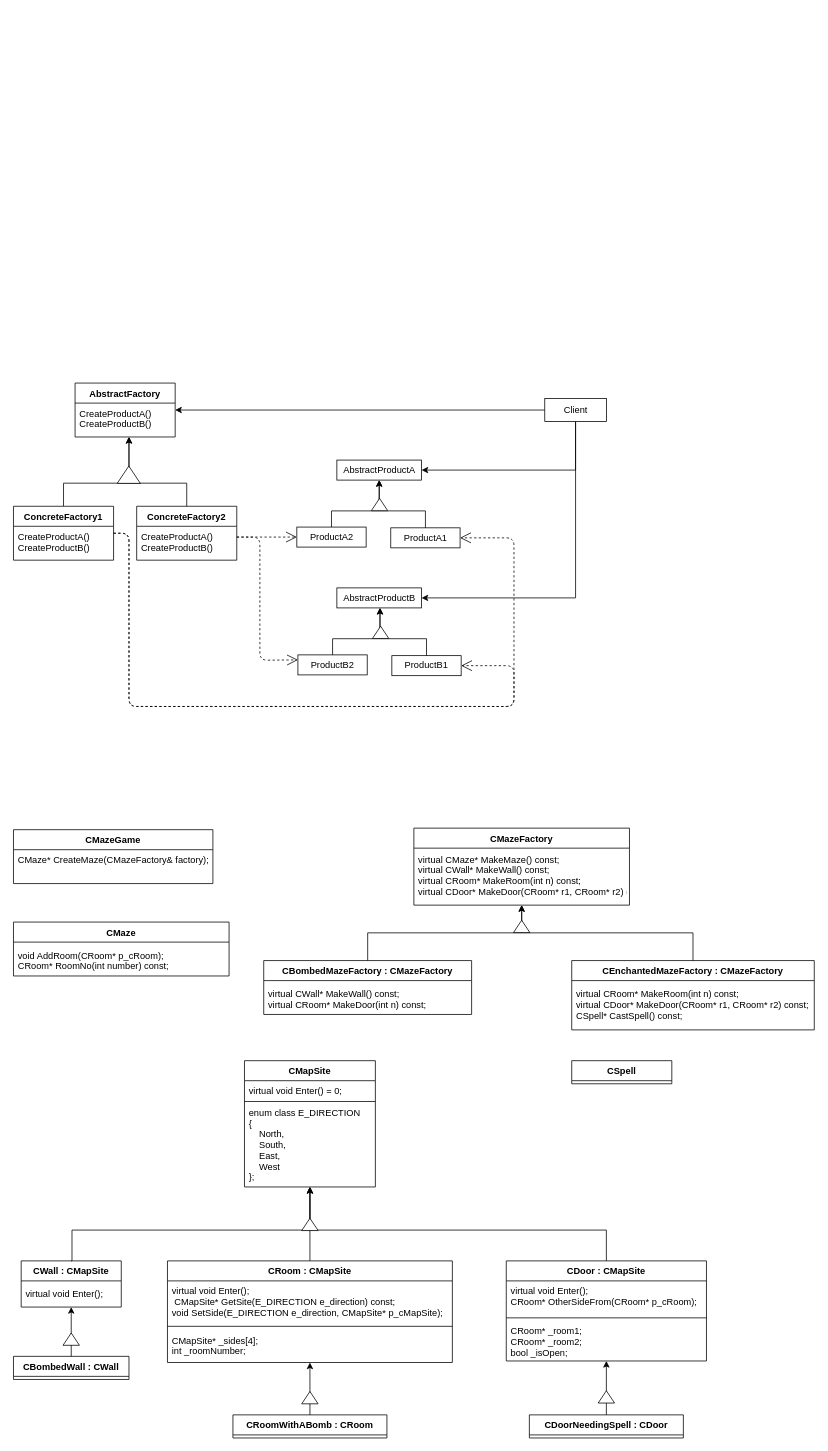
Before: design_pattern/Abstract_Factory/Abstract_Factory.drawio in JooHyeon-Roh/Cpp, a draw.io diagram. Source tidied: cells renumbered, new cells numbered last; positions are measured from the earlier drawing's top-left corner, leaving out a move shared by most shapes. Both pictures are drawn from the tidied source at 77%, with x=0, y=0 at pixel (13, 383).
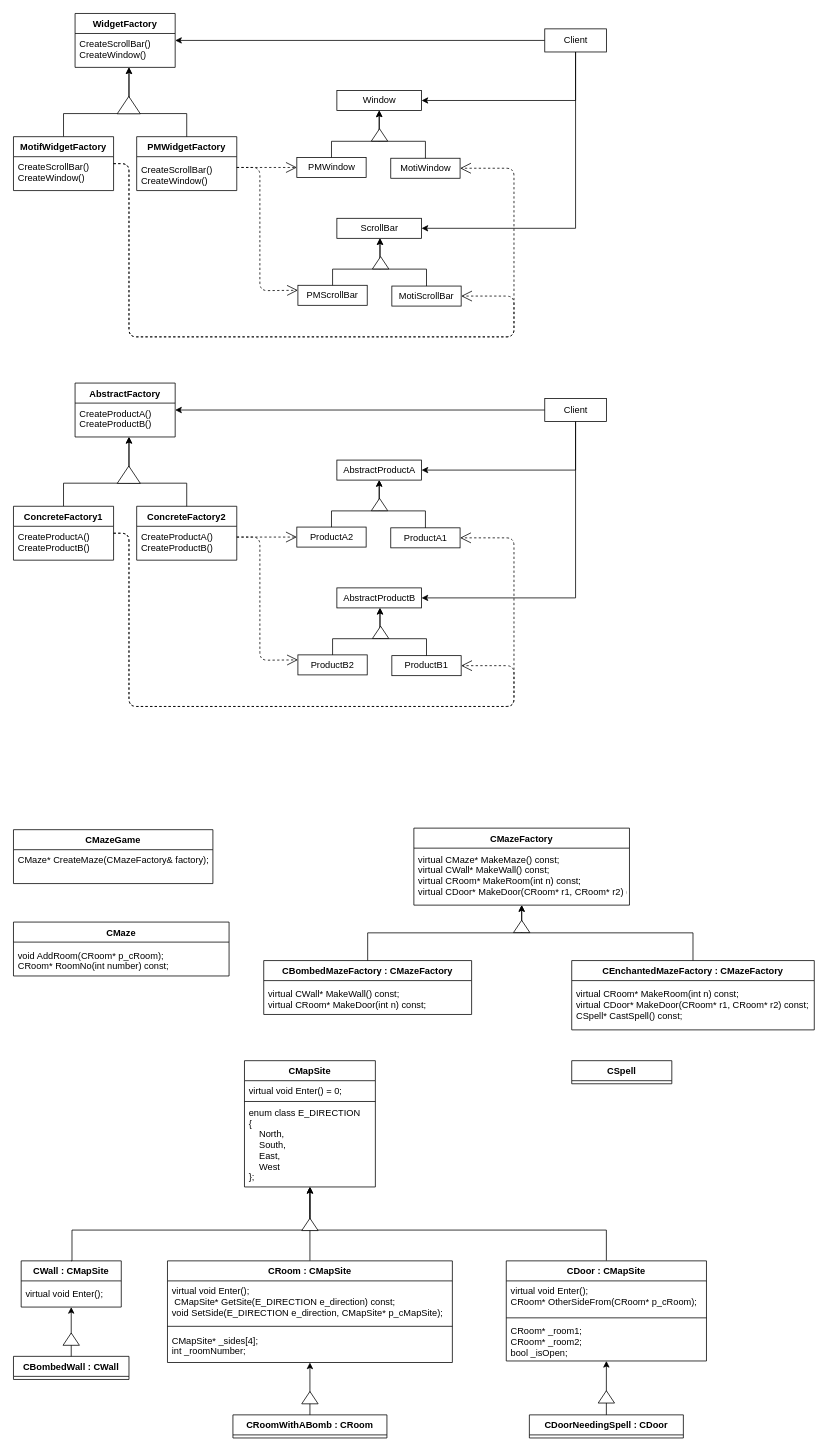
The same page after the edit.

Change to the diagram source:
```diff
@@
+    <mxCell id="82" value="WidgetFactory" style="swimlane;fontStyle=1;align=center;verticalAlign=top;horizontal=1;startSize=26;" parent="1" vertex="1">
+      <mxGeometry x="80" y="-480" width="130" height="70" as="geometry" />
+    </mxCell>
+    <mxCell id="83" style="edgeStyle=orthogonalEdgeStyle;rounded=0;jettySize=auto;html=1;entryX=1;entryY=0.5;entryDx=0;entryDy=0;" parent="1" edge="1" source="85" target="82">
+      <mxGeometry relative="1" as="geometry" />
+    </mxCell>
+    <mxCell id="84" style="edgeStyle=orthogonalEdgeStyle;rounded=0;jettySize=auto;html=1;entryX=1;entryY=0.5;entryDx=0;entryDy=0;" parent="1" edge="1" source="85" target="93">
+      <mxGeometry relative="1" as="geometry">
+        <Array as="points">
+          <mxPoint x="730" y="-367" />
+        </Array>
+      </mxGeometry>
+    </mxCell>
+    <mxCell id="85" value="Client" style="html=1;" parent="1" vertex="1">
+      <mxGeometry x="690" y="-460" width="80" height="30" as="geometry" />
+    </mxCell>
+    <mxCell id="86" style="edgeStyle=orthogonalEdgeStyle;rounded=0;jettySize=auto;html=1;exitX=0.5;exitY=0;exitDx=0;exitDy=0;" parent="1" edge="1" source="87">
+      <mxGeometry relative="1" as="geometry">
+        <mxPoint x="150" y="-410" as="targetPoint" />
+        <Array as="points">
+          <mxPoint x="65" y="-350" />
+          <mxPoint x="150" y="-350" />
+        </Array>
+      </mxGeometry>
+    </mxCell>
+    <mxCell id="87" value="MotifWidgetFactory" style="swimlane;fontStyle=1;align=center;verticalAlign=top;horizontal=1;startSize=26;" parent="1" vertex="1">
+      <mxGeometry y="-320" width="130" height="70" as="geometry" />
+    </mxCell>
+    <mxCell id="88" value="PMWidgetFactory" style="swimlane;fontStyle=1;align=center;verticalAlign=top;horizontal=1;startSize=26;" parent="1" vertex="1">
+      <mxGeometry x="160" y="-320" width="130" height="70" as="geometry" />
+    </mxCell>
+    <mxCell id="89" value="CreateScrollBar()&#10;CreateWindow()" style="text;strokeColor=none;fillColor=none;align=left;verticalAlign=top;spacingLeft=4;spacingRight=4;overflow=hidden;" parent="1" vertex="1">
+      <mxGeometry x="80" y="-454" width="130" height="44" as="geometry" />
+    </mxCell>
+    <mxCell id="90" style="edgeStyle=orthogonalEdgeStyle;rounded=0;jettySize=auto;html=1;exitX=0.5;exitY=0;exitDx=0;exitDy=0;" parent="1" edge="1" source="88">
+      <mxGeometry relative="1" as="geometry">
+        <mxPoint x="150" y="-410" as="targetPoint" />
+        <Array as="points">
+          <mxPoint x="225" y="-350" />
+          <mxPoint x="150" y="-350" />
+        </Array>
+      </mxGeometry>
+    </mxCell>
+    <mxCell id="91" style="triangle;whiteSpace=wrap;html=1;rotation=-90;" parent="1" vertex="1">
+      <mxGeometry x="138.5" y="-376" width="22.5" height="30" as="geometry" />
+    </mxCell>
+    <mxCell id="92" style="endArrow=open;endSize=12;dashed=1;html=1;entryX=0;entryY=0.5;entryDx=0;entryDy=0;" parent="1" edge="1" target="96">
+      <mxGeometry x="0.12" y="10" relative="1" as="geometry">
+        <mxPoint x="290" y="-280" as="sourcePoint" />
+      </mxGeometry>
+    </mxCell>
+    <mxCell id="93" value="Window" style="html=1;" parent="1" vertex="1">
+      <mxGeometry x="420" y="-380" width="110" height="26" as="geometry" />
+    </mxCell>
+    <mxCell id="94" style="edgeStyle=orthogonalEdgeStyle;rounded=0;jettySize=auto;html=1;entryX=1;entryY=0.5;entryDx=0;entryDy=0;exitX=0.5;exitY=1;exitDx=0;exitDy=0;" parent="1" edge="1" source="85" target="95">
+      <mxGeometry relative="1" as="geometry">
+        <Array as="points">
+          <mxPoint x="730" y="-201" />
+        </Array>
+      </mxGeometry>
+    </mxCell>
+    <mxCell id="95" value="ScrollBar" style="html=1;" parent="1" vertex="1">
+      <mxGeometry x="420" y="-214" width="110" height="26" as="geometry" />
+    </mxCell>
+    <mxCell id="96" value="PMWindow" style="html=1;" parent="1" vertex="1">
+      <mxGeometry x="368" y="-293" width="90" height="26" as="geometry" />
+    </mxCell>
+    <mxCell id="97" value="MotiWindow" style="html=1;" parent="1" vertex="1">
+      <mxGeometry x="490" y="-292" width="90" height="26" as="geometry" />
+    </mxCell>
+    <mxCell id="98" style="edgeStyle=orthogonalEdgeStyle;rounded=0;jettySize=auto;html=1;exitX=0.5;exitY=0;exitDx=0;exitDy=0;entryX=0.5;entryY=1;entryDx=0;entryDy=0;" parent="1" edge="1" source="96" target="93">
+      <mxGeometry relative="1" as="geometry">
+        <Array as="points">
+          <mxPoint x="413" y="-314" />
+          <mxPoint x="475" y="-314" />
+        </Array>
+      </mxGeometry>
+    </mxCell>
+    <mxCell id="99" style="edgeStyle=orthogonalEdgeStyle;rounded=0;jettySize=auto;html=1;exitX=0.5;exitY=0;exitDx=0;exitDy=0;entryX=0.5;entryY=1;entryDx=0;entryDy=0;" parent="1" edge="1" source="97" target="93">
+      <mxGeometry relative="1" as="geometry">
+        <Array as="points">
+          <mxPoint x="535" y="-314" />
+          <mxPoint x="475" y="-314" />
+        </Array>
+      </mxGeometry>
+    </mxCell>
+    <mxCell id="100" style="triangle;whiteSpace=wrap;html=1;rotation=-90;" parent="1" vertex="1">
+      <mxGeometry x="467.4" y="-332.9" width="16" height="21.3" as="geometry" />
+    </mxCell>
+    <mxCell id="101" value="PMScrollBar" style="html=1;" parent="1" vertex="1">
+      <mxGeometry x="369.4" y="-127" width="90" height="26" as="geometry" />
+    </mxCell>
+    <mxCell id="102" value="MotiScrollBar" style="html=1;" parent="1" vertex="1">
+      <mxGeometry x="491.4" y="-126" width="90" height="26" as="geometry" />
+    </mxCell>
+    <mxCell id="103" style="edgeStyle=orthogonalEdgeStyle;rounded=0;jettySize=auto;html=1;exitX=0.5;exitY=0;exitDx=0;exitDy=0;" parent="1" edge="1" source="101" target="95">
+      <mxGeometry relative="1" as="geometry">
+        <Array as="points">
+          <mxPoint x="414" y="-148" />
+          <mxPoint x="476" y="-148" />
+        </Array>
+      </mxGeometry>
+    </mxCell>
+    <mxCell id="104" style="edgeStyle=orthogonalEdgeStyle;rounded=0;jettySize=auto;html=1;exitX=0.5;exitY=0;exitDx=0;exitDy=0;" parent="1" edge="1" source="102" target="95">
+      <mxGeometry relative="1" as="geometry">
+        <Array as="points">
+          <mxPoint x="536" y="-148" />
+          <mxPoint x="476" y="-148" />
+        </Array>
+      </mxGeometry>
+    </mxCell>
+    <mxCell id="105" style="triangle;whiteSpace=wrap;html=1;rotation=-90;" parent="1" vertex="1">
+      <mxGeometry x="468.8" y="-166.9" width="16" height="21.3" as="geometry" />
+    </mxCell>
+    <mxCell id="106" style="endArrow=open;endSize=12;dashed=1;html=1;entryX=1;entryY=0.5;entryDx=0;entryDy=0;exitX=1;exitY=0.5;exitDx=0;exitDy=0;" parent="1" edge="1" source="87" target="97">
+      <mxGeometry x="0.12" y="10" relative="1" as="geometry">
+        <Array as="points">
+          <mxPoint x="150" y="-285" />
+          <mxPoint x="150" y="-60" />
+          <mxPoint x="650" y="-60" />
+          <mxPoint x="650" y="-279" />
+        </Array>
+      </mxGeometry>
+    </mxCell>
+    <mxCell id="107" value="CreateScrollBar()&#10;CreateWindow()" style="text;strokeColor=none;fillColor=none;align=left;verticalAlign=top;spacingLeft=4;spacingRight=4;overflow=hidden;" parent="1" vertex="1">
+      <mxGeometry y="-294" width="130" height="44" as="geometry" />
+    </mxCell>
+    <mxCell id="108" style="endArrow=open;endSize=12;dashed=1;html=1;entryX=1;entryY=0.5;entryDx=0;entryDy=0;exitX=1;exitY=0.5;exitDx=0;exitDy=0;" parent="1" edge="1" source="87" target="102">
+      <mxGeometry x="0.12" y="10" relative="1" as="geometry">
+        <Array as="points">
+          <mxPoint x="150" y="-285" />
+          <mxPoint x="150" y="-60" />
+          <mxPoint x="650" y="-60" />
+          <mxPoint x="650" y="-113" />
+        </Array>
+      </mxGeometry>
+    </mxCell>
+    <mxCell id="109" value="CreateScrollBar()&#10;CreateWindow()" style="text;strokeColor=none;fillColor=none;align=left;verticalAlign=top;spacingLeft=4;spacingRight=4;overflow=hidden;" parent="1" vertex="1">
+      <mxGeometry x="160" y="-290" width="130" height="40" as="geometry" />
+    </mxCell>
+    <mxCell id="110" style="endArrow=open;endSize=12;dashed=1;html=1;entryX=0;entryY=0.25;entryDx=0;entryDy=0;" parent="1" edge="1" target="101">
+      <mxGeometry x="0.12" y="10" relative="1" as="geometry">
+        <mxPoint x="290" y="-280" as="sourcePoint" />
+        <Array as="points">
+          <mxPoint x="320" y="-280" />
+          <mxPoint x="320" y="-120" />
+        </Array>
+      </mxGeometry>
+    </mxCell>
```
